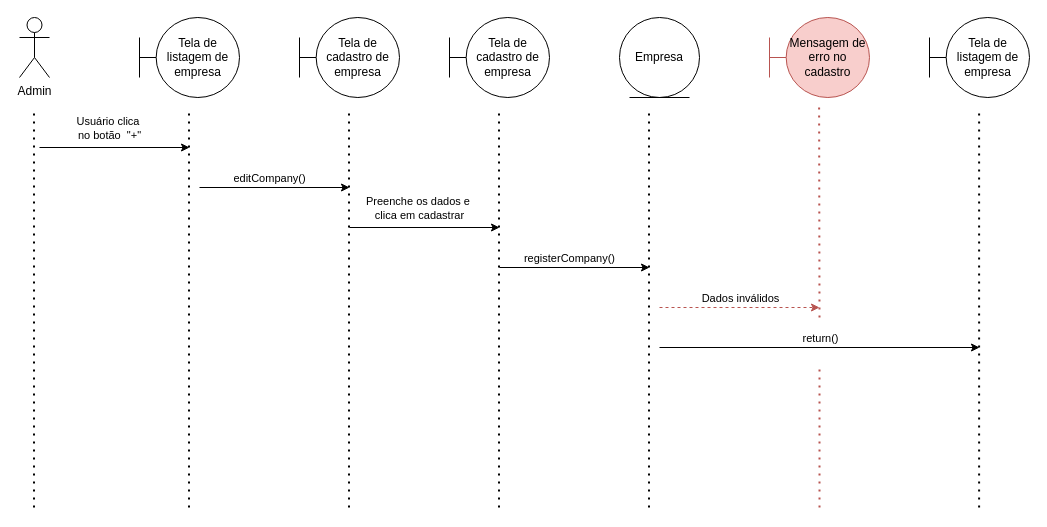
The draw.io diagram page "Diagrama de sequencia - Cadastro de Empresa" (15 of 24) of docs/diagrams/MTruck Diagrams.drawio in iamseki/mtruck-api, before the edit. Source tidied: cells renumbered, new cells numbered last; positions are measured from the earlier drawing's top-left corner, leaving out a move shared by most shapes. Both pictures are drawn from the tidied source at 100%, with x=0, y=0 at pixel (19, 17).
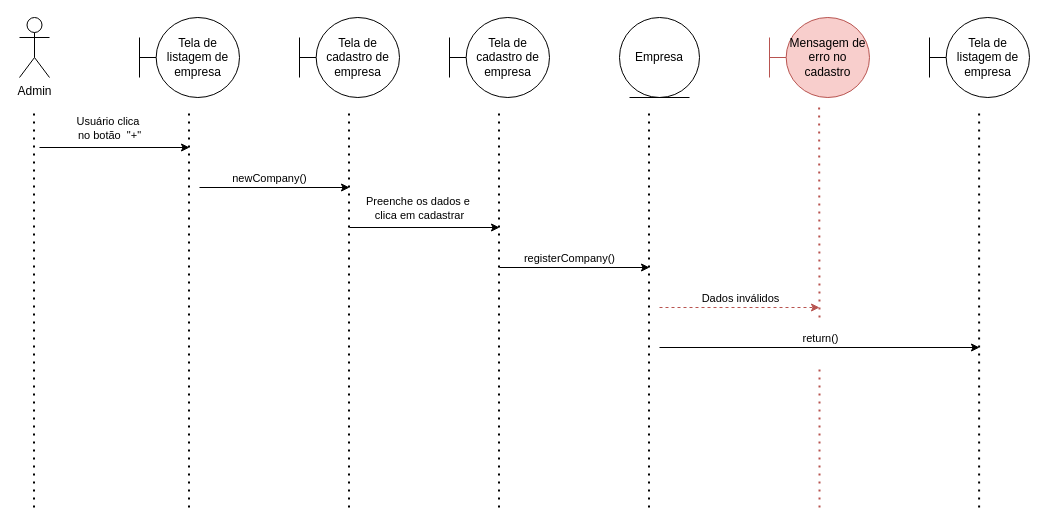
Above is the later version.

Unchanged cells that the change refers to:
```xml
<mxCell id="19" style="endArrow=classic;html=1;" parent="1" edge="1">
  <mxGeometry relative="1" as="geometry">
    <mxPoint x="180" y="170" as="sourcePoint" />
    <mxPoint x="330" y="170" as="targetPoint" />
  </mxGeometry>
</mxCell>
```

What changed in the source:
```diff
@@
-    <mxCell id="20" value="editCompany()" style="edgeLabel;html=1;align=center;verticalAlign=middle;" parent="19" vertex="1">
+    <mxCell id="20" value="newCompany()" style="edgeLabel;html=1;align=center;verticalAlign=middle;" parent="19" vertex="1">
       <mxGeometry x="0.11" y="1" relative="1" as="geometry">
         <mxPoint x="-13.3" y="-9" as="offset" />
       </mxGeometry>
     </mxCell>
```
